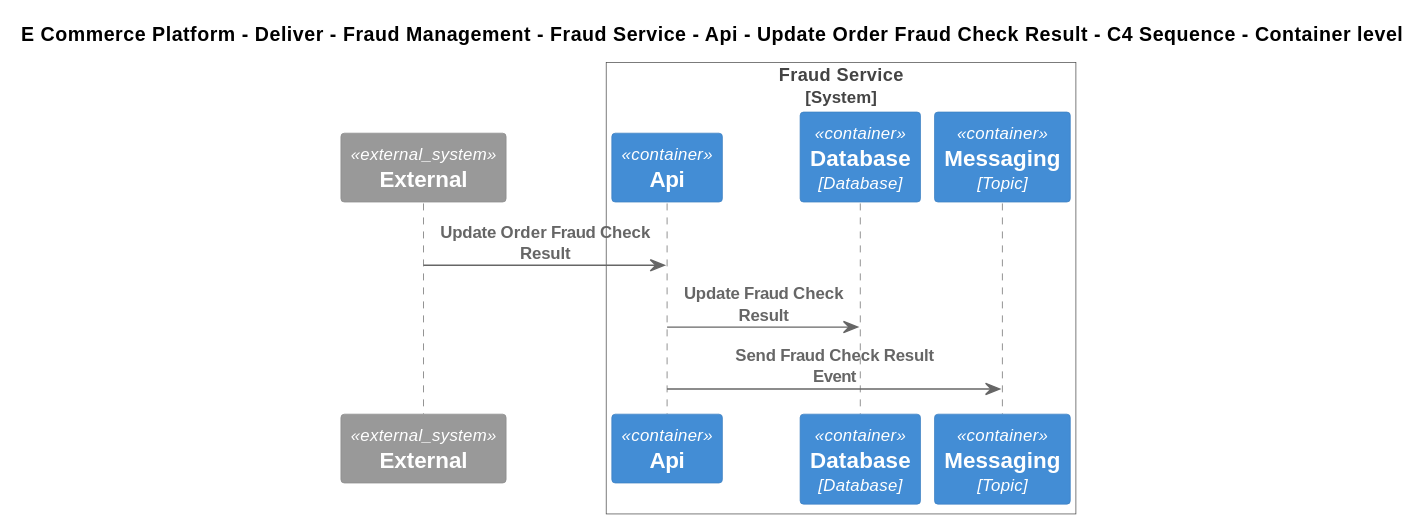
Earlier version of the PlantUML export Samples/E-Commerce Platform/Yaml/Diagrams/E Commerce Platform/Deliver/Fraud Management/Software Systems/Fraud Service/Containers/Api/Interfaces/Update Order Fraud Check Result/Container - C4 Sequence.svg (mnadenysenko/C4InterFlow).
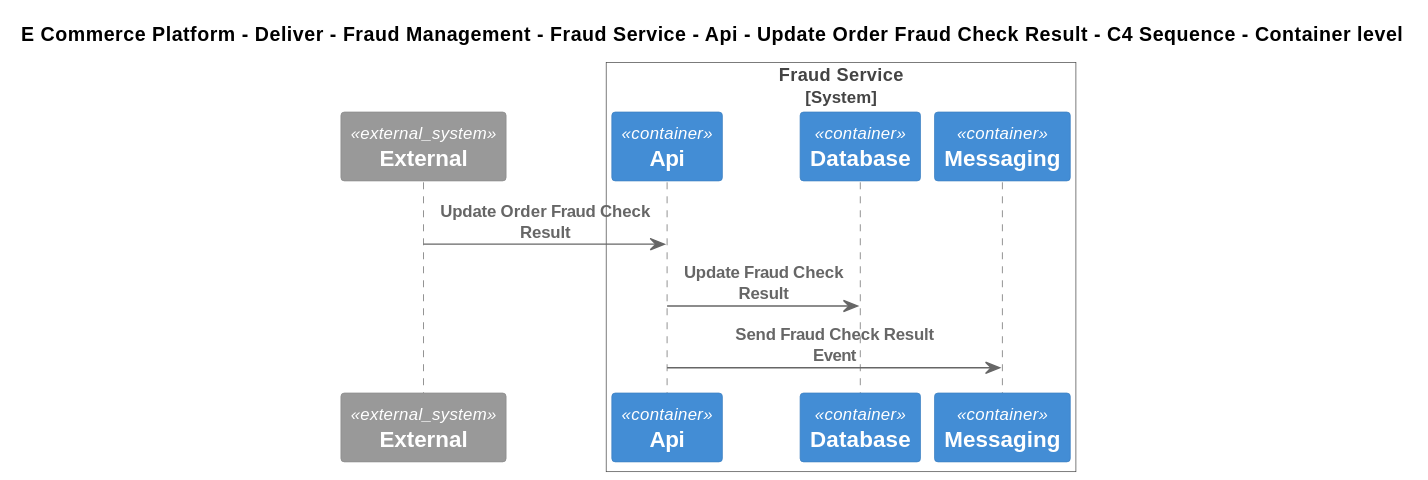
Above is the later version.

The edit, as a diff of the source:
```diff
@@ -8,8 +8,8 @@
 
 System_Boundary(ECommercePlatform.Deliver.FraudManagement.SoftwareSystems.FraudService, "Fraud Service")
     Container(ECommercePlatform.Deliver.FraudManagement.SoftwareSystems.FraudService.Containers.Api, "Api", "", "")
-    ContainerDb(ECommercePlatform.Deliver.FraudManagement.SoftwareSystems.FraudService.Containers.Database, "Database", "Database", "")
-    ContainerQueue(ECommercePlatform.Deliver.FraudManagement.SoftwareSystems.FraudService.Containers.Messaging, "Messaging", "Topic", "")
+    ContainerDb(ECommercePlatform.Deliver.FraudManagement.SoftwareSystems.FraudService.Containers.Database, "Database", "", "")
+    ContainerQueue(ECommercePlatform.Deliver.FraudManagement.SoftwareSystems.FraudService.Containers.Messaging, "Messaging", "", "")
 Boundary_End()
 
 Rel(C4InterFlow.SoftwareSystems.ExternalSystem, ECommercePlatform.Deliver.FraudManagement.SoftwareSystems.FraudService.Containers.Api, "Update Order Fraud Check Result")
```
